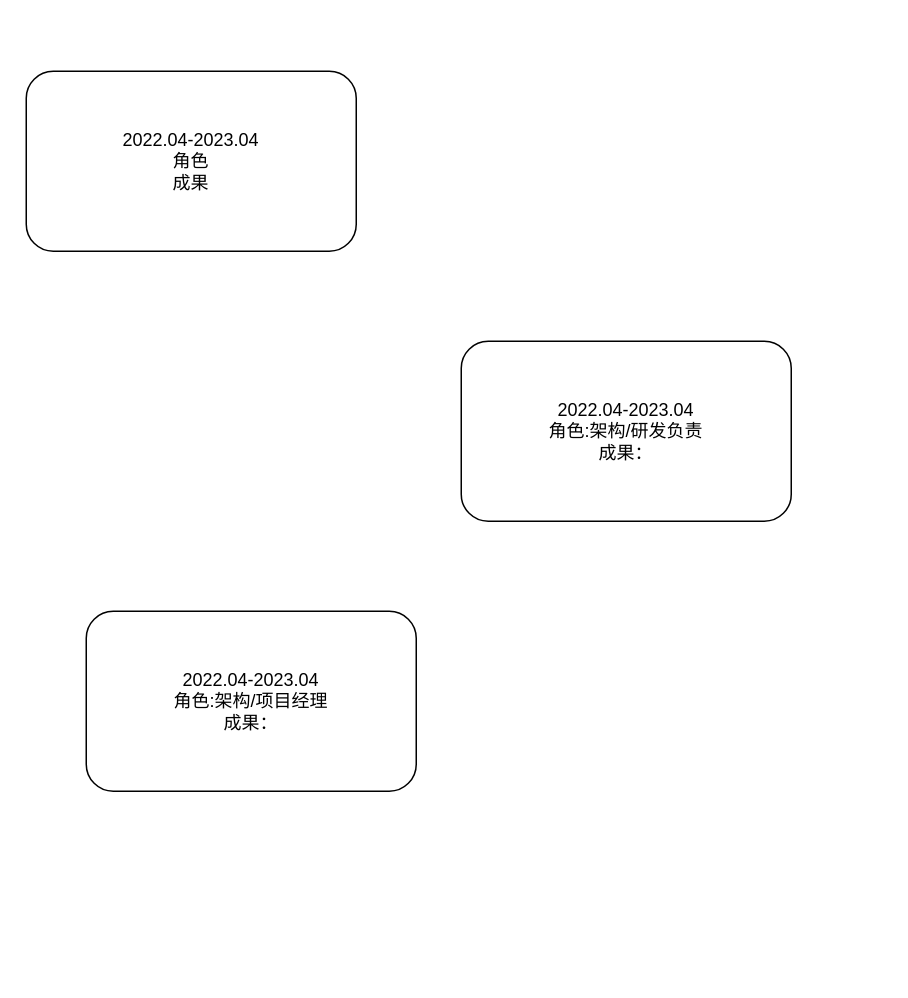
The draw.io diagram page "个人履历" (1 of 3) of 个人材料.drawio in n-i-n-g-e-n/drawio, before the edit. Source tidied: cells renumbered, new cells numbered last; positions are measured from the earlier drawing's top-left corner, leaving out a move shared by most shapes. Both pictures are drawn from the tidied source at 150%, with x=0, y=0 at pixel (26, 70).
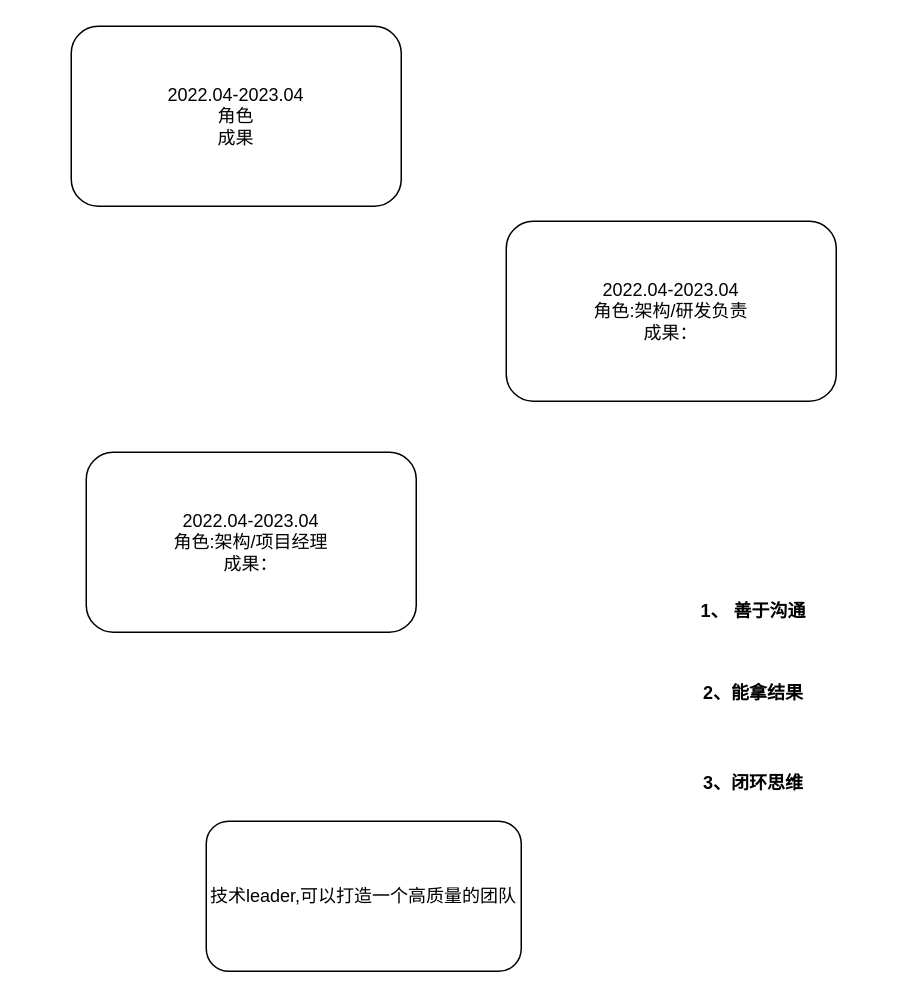
After the change.

Commit message (it also covers changes not shown here):
更新个人材料.drawio

Change to the diagram source:
```diff
@@
 <mxGraphModel>
   <root>
     <mxCell id="0" />
     <mxCell id="1" parent="0" />
     <mxCell id="2" value="2022.04-2023.04&lt;div&gt;角色&lt;/div&gt;&lt;div&gt;成果&lt;/div&gt;" style="rounded=1;whiteSpace=wrap;html=1;" parent="1" vertex="1">
-      <mxGeometry width="220" height="120" as="geometry" />
+      <mxGeometry x="30" y="-30" width="220" height="120" as="geometry" />
     </mxCell>
     <mxCell id="3" value="2022.04-2023.04&lt;div&gt;角色:架构/研发负责&lt;/div&gt;&lt;div&gt;成果：&lt;/div&gt;" style="rounded=1;whiteSpace=wrap;html=1;" parent="1" vertex="1">
-      <mxGeometry x="290" y="180" width="220" height="120" as="geometry" />
+      <mxGeometry x="320" y="100" width="220" height="120" as="geometry" />
     </mxCell>
     <mxCell id="4" value="2022.04-2023.04&lt;div&gt;角色:架构/项目经理&lt;/div&gt;&lt;div&gt;成果：&lt;/div&gt;" style="rounded=1;whiteSpace=wrap;html=1;" parent="1" vertex="1">
-      <mxGeometry x="40" y="360" width="220" height="120" as="geometry" />
+      <mxGeometry x="40" y="254" width="220" height="120" as="geometry" />
     </mxCell>
+    <mxCell id="5" value="1、 善于沟通" style="text;html=1;align=center;verticalAlign=middle;whiteSpace=wrap;rounded=0;fontStyle=1;" parent="1" vertex="1">
+      <mxGeometry x="400" y="340" width="170" height="40" as="geometry" />
+    </mxCell>
+    <mxCell id="6" value="2、能拿结果" style="text;html=1;align=center;verticalAlign=middle;whiteSpace=wrap;rounded=0;fontStyle=1;" parent="1" vertex="1">
+      <mxGeometry x="400" y="400" width="170" height="30" as="geometry" />
+    </mxCell>
+    <mxCell id="7" value="3、闭环思维" style="text;html=1;align=center;verticalAlign=middle;whiteSpace=wrap;rounded=0;fontStyle=1;" parent="1" vertex="1">
+      <mxGeometry x="425" y="460" width="120" height="30" as="geometry" />
+    </mxCell>
+    <mxCell id="8" value="技术leader,可以打造一个高质量的团队" style="rounded=1;whiteSpace=wrap;html=1;" parent="1" vertex="1">
+      <mxGeometry x="120" y="500" width="210" height="100" as="geometry" />
+    </mxCell>
   </root>
 </mxGraphModel>
```
